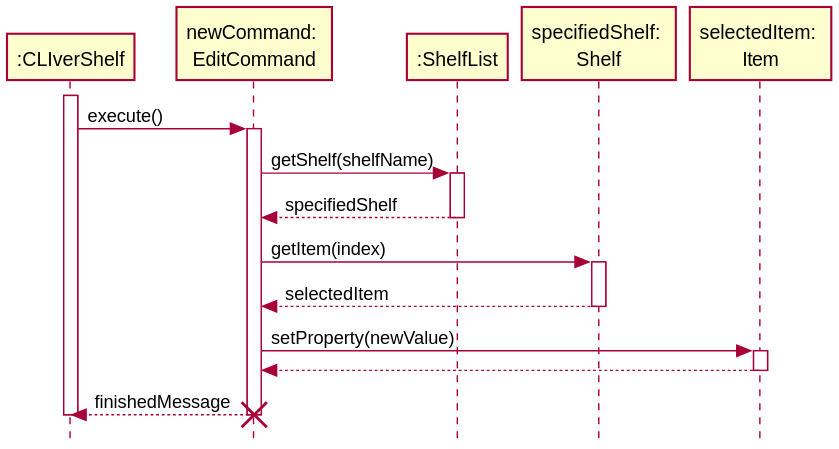
Above: docs/diagrams/Implementation_EditItems.svg in zh1huang/tp (PlantUML), before the change.
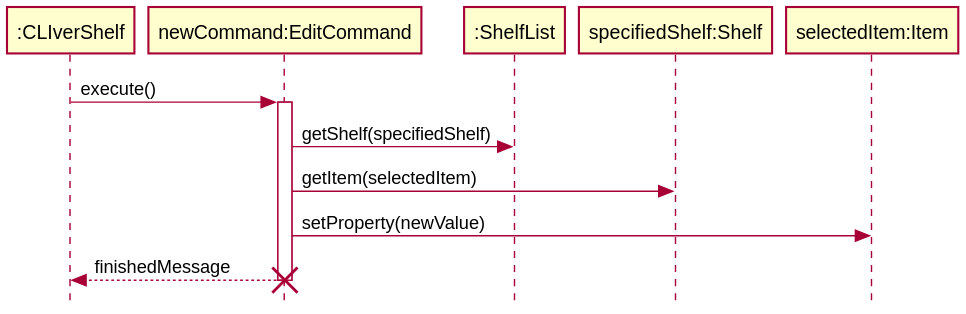
After the commit.

Diff of the diagram source:
```diff
@@ -3,33 +3,22 @@
 
 participant ":CLIverShelf" as Main
 
-participant "newCommand: \nEditCommand" as Command
+participant "newCommand:EditCommand" as Command
 participant ":ShelfList" as ShelfList
-participant "specifiedShelf: \nShelf" as Shelf
-participant "selectedItem: \nItem" as Item
+participant "specifiedShelf:Shelf" as Shelf
+participant "selectedItem:Item" as Item
 
-activate Main
 
 
 Main -> Command: execute()
 activate Command
 
-Command -> ShelfList: getShelf(shelfName)
-activate ShelfList
-ShelfList --> Command: specifiedShelf
-deactivate ShelfList
-Command -> Shelf: getItem(index)
-activate Shelf
-Shelf --> Command: selectedItem
-deactivate Shelf
+Command -> ShelfList: getShelf(specifiedShelf)
+Command -> Shelf: getItem(selectedItem)
 Command -> Item: setProperty(newValue)
-activate Item
-Item --> Command
-deactivate Item
 Command --> Main: finishedMessage
 deactivate Command
 
-deactivate Main
 destroy Command
 
 
```
